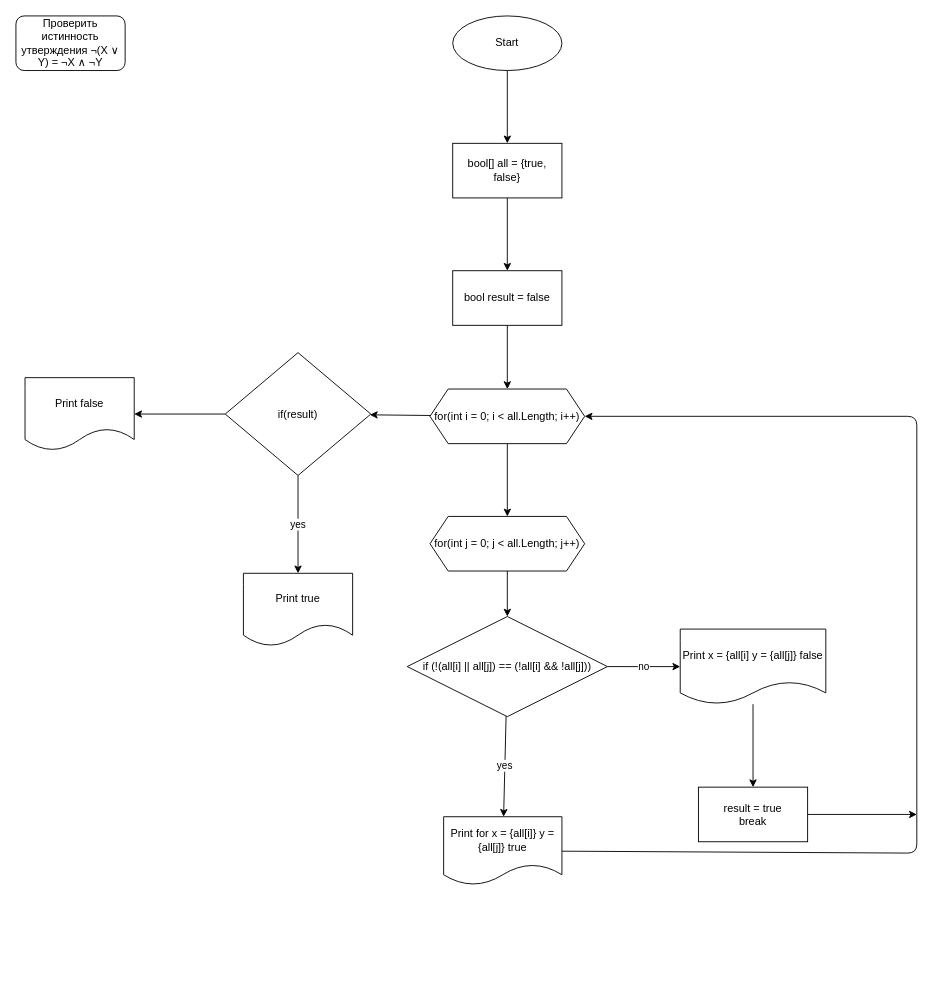
Earlier version of the draw.io diagram Task18CheckTheTruthOfAStatement/flowchart.drawio (Fostix/LoLTasks). Source tidied: cells renumbered, new cells numbered last; positions are measured from the earlier drawing's top-left corner, leaving out a move shared by most shapes. Both pictures are drawn from the tidied source at 91%, with x=0, y=0 at pixel (15, 15).
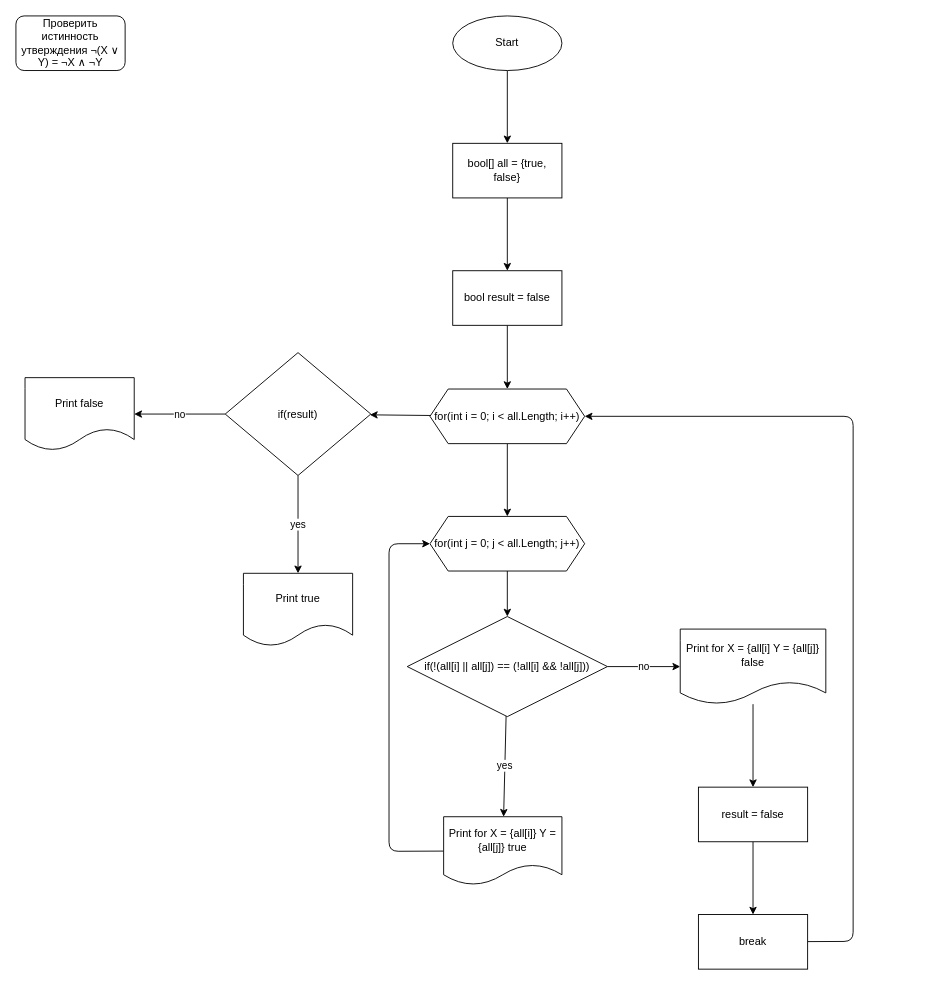
The same page after the edit.

Commit message (it also covers changes not shown here):
task 18 flowchart mistace correct

The change refers to these unchanged cells:
```xml
<mxCell id="11" value="for(int i = 0; i &amp;lt; all.Length; i++)" style="shape=hexagon;perimeter=hexagonPerimeter2;whiteSpace=wrap;html=1;fixedSize=1;" parent="1" vertex="1">
  <mxGeometry x="455" y="410" width="170" height="60" as="geometry" />
</mxCell>
<mxCell id="13" value="for(int j = 0; j &amp;lt; all.Length; j++)" style="shape=hexagon;perimeter=hexagonPerimeter2;whiteSpace=wrap;html=1;fixedSize=1;" parent="1" vertex="1">
  <mxGeometry x="455" y="550" width="170" height="60" as="geometry" />
</mxCell>
<mxCell id="23" value="if(result)" style="rhombus;whiteSpace=wrap;html=1;" parent="1" vertex="1">
  <mxGeometry x="230" y="370" width="160" height="135" as="geometry" />
</mxCell>
<mxCell id="27" value="Print false" style="shape=document;whiteSpace=wrap;html=1;boundedLbl=1;" parent="1" vertex="1">
  <mxGeometry x="10" y="397.5" width="120" height="80" as="geometry" />
</mxCell>
```

Diff of the diagram source:
```diff
@@
-    <mxCell id="16" value="if (!(all[i] || all[j]) == (!all[i] &amp;amp;&amp;amp; !all[j]))" style="rhombus;whiteSpace=wrap;html=1;" parent="1" vertex="1">
+    <mxCell id="16" value="if(!(all[i] || all[j]) == (!all[i] &amp;amp;&amp;amp; !all[j]))" style="rhombus;whiteSpace=wrap;html=1;" parent="1" vertex="1">
       <mxGeometry x="430" y="660" width="220" height="110" as="geometry" />
     </mxCell>
-    <mxCell id="17" style="edgeStyle=none;html=1;entryX=1;entryY=0.5;entryDx=0;entryDy=0;" parent="1" edge="1" source="18" target="11">
-      <mxGeometry relative="1" as="geometry">
-        <Array as="points">
-          <mxPoint x="990" y="920" />
-          <mxPoint x="990" y="440" />
-        </Array>
-      </mxGeometry>
-    </mxCell>
+    <mxCell id="28" style="edgeStyle=none;html=1;entryX=0;entryY=0.5;entryDx=0;entryDy=0;" parent="1" edge="1" source="18" target="13">
+      <mxGeometry relative="1" as="geometry">
+        <Array as="points">
+          <mxPoint x="410" y="918" />
+          <mxPoint x="410" y="580" />
+        </Array>
+      </mxGeometry>
+    </mxCell>
-    <mxCell id="18" value="Print for x = {all[i]} y = {all[j]} true" style="shape=document;whiteSpace=wrap;html=1;boundedLbl=1;" parent="1" vertex="1">
+    <mxCell id="18" value="Print for X = {all[i]} Y = {all[j]} true" style="shape=document;whiteSpace=wrap;html=1;boundedLbl=1;" parent="1" vertex="1">
       <mxGeometry x="470" y="880" width="130" height="75" as="geometry" />
     </mxCell>
-    <mxCell id="19" style="edgeStyle=none;html=1;" parent="1" edge="1" source="20" target="25">
-      <mxGeometry relative="1" as="geometry" />
-    </mxCell>
+    <mxCell id="29" style="edgeStyle=none;html=1;" parent="1" edge="1" source="20" target="31">
+      <mxGeometry relative="1" as="geometry" />
+    </mxCell>
-    <mxCell id="20" value="Print x = {all[i] y = {all[j]} false" style="shape=document;whiteSpace=wrap;html=1;boundedLbl=1;" parent="1" vertex="1">
+    <mxCell id="20" value="Print for X = {all[i] Y = {all[j]} false" style="shape=document;whiteSpace=wrap;html=1;boundedLbl=1;" parent="1" vertex="1">
       <mxGeometry x="730" y="673.8" width="160" height="82.5" as="geometry" />
     </mxCell>
@@
-    <mxCell id="22" style="edgeStyle=none;html=1;" parent="1" edge="1" source="23" target="27">
+    <mxCell id="22" value="no" style="edgeStyle=none;html=1;" parent="1" edge="1" source="23" target="27">
       <mxGeometry relative="1" as="geometry" />
     </mxCell>
@@
-    <mxCell id="24" style="edgeStyle=none;html=1;" parent="1" edge="1" source="25">
-      <mxGeometry relative="1" as="geometry">
-        <mxPoint x="990" y="877.5" as="targetPoint" />
-      </mxGeometry>
-    </mxCell>
-    <mxCell id="25" value="result = true&lt;br&gt;break" style="whiteSpace=wrap;html=1;" parent="1" vertex="1">
-      <mxGeometry x="750" y="847.5" width="120" height="60" as="geometry" />
-    </mxCell>
@@
+    <mxCell id="30" style="edgeStyle=none;html=1;" parent="1" edge="1" source="31" target="33">
+      <mxGeometry relative="1" as="geometry" />
+    </mxCell>
+    <mxCell id="31" value="result = false" style="whiteSpace=wrap;html=1;" parent="1" vertex="1">
+      <mxGeometry x="750" y="847.5" width="120" height="60" as="geometry" />
+    </mxCell>
+    <mxCell id="32" style="edgeStyle=none;html=1;entryX=1;entryY=0.5;entryDx=0;entryDy=0;" parent="1" edge="1" source="33" target="11">
+      <mxGeometry relative="1" as="geometry">
+        <Array as="points">
+          <mxPoint x="920" y="1017" />
+          <mxPoint x="920" y="440" />
+        </Array>
+      </mxGeometry>
+    </mxCell>
+    <mxCell id="33" value="break" style="whiteSpace=wrap;html=1;" parent="1" vertex="1">
+      <mxGeometry x="750" y="987.5" width="120" height="60" as="geometry" />
+    </mxCell>
```
